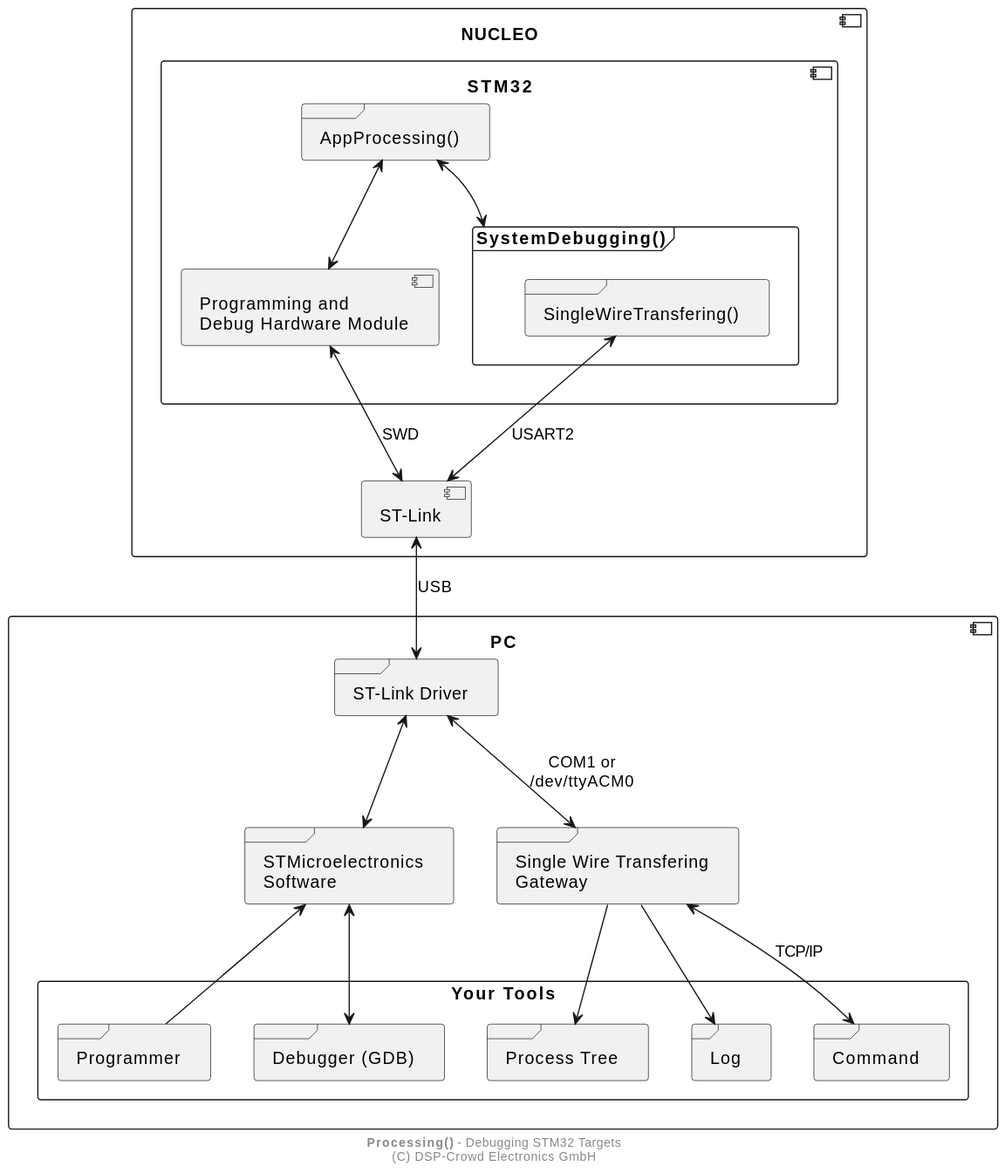
Above: doc/system/stm32-uart_3.svg in NoOrientationProgramming/hello-world-stm32 (PlantUML), before the change.
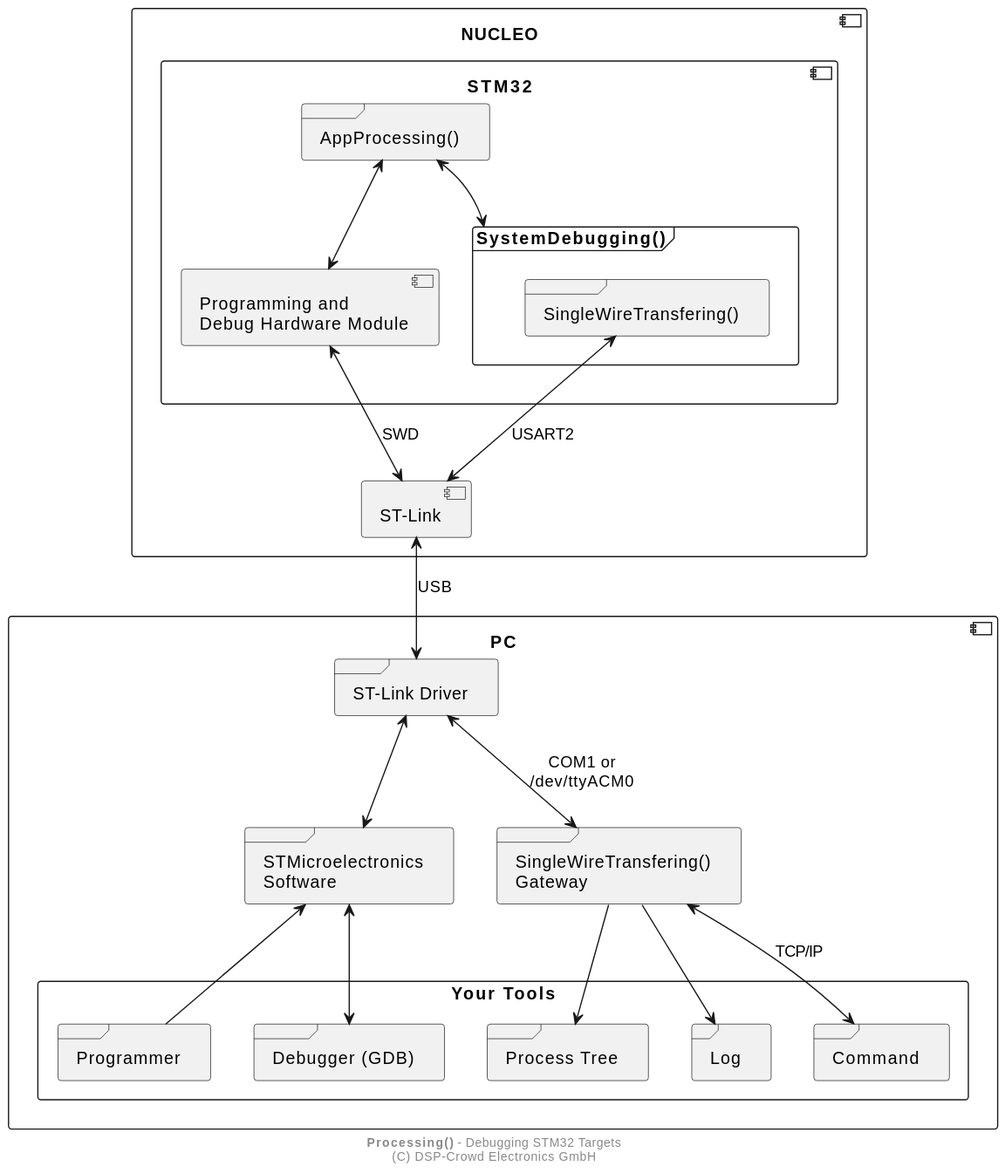
After the change.

The edit, as a diff of the source:
```diff
@@ -26,7 +26,7 @@
 
   frame "ST-Link Driver" as pDrv
 
-  frame "Single Wire Transfering\nGateway" as pGw
+  frame "SingleWireTransfering()\nGateway" as pGw
   frame "STMicroelectronics\nSoftware" as pStSw
 
   rectangle "Your Tools" as pTools {
```
